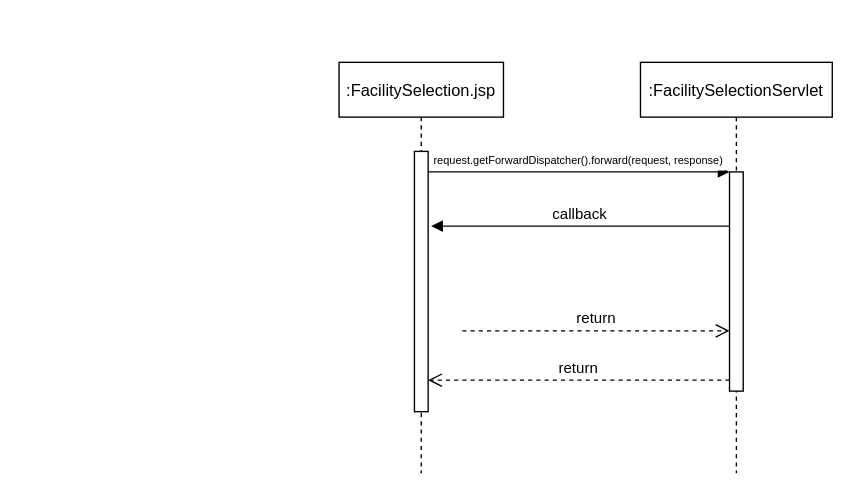
Above: diagrams/FacilitySelectionSequence.drawio in empty-works/plain-emrs-no-fw (draw.io), before the change. Source tidied: cells renumbered, new cells numbered last; positions are measured from the earlier drawing's top-left corner, leaving out a move shared by most shapes. Both pictures are drawn from the tidied source at 137%, with x=0, y=0 at pixel (338, 62).
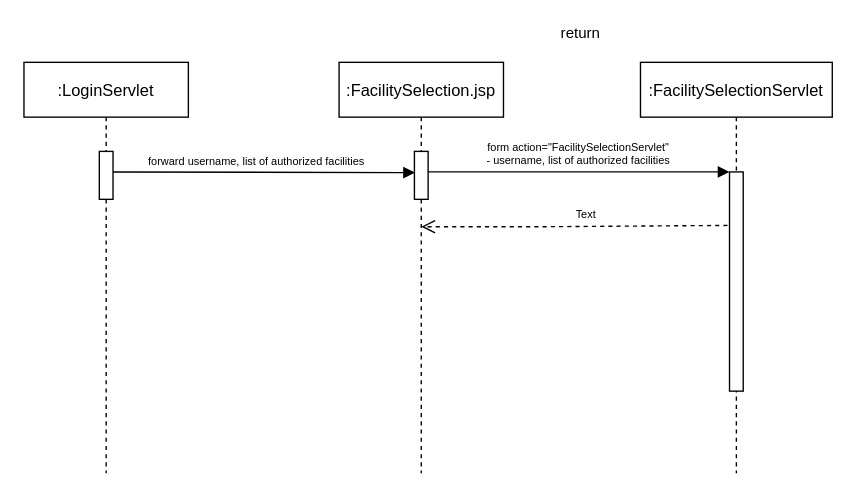
The same page after the edit.

Commit message:
Sequence between the login servlet and facility selection jsp.

What changed in the source:
```diff
@@
 <mxGraphModel>
   <root>
     <mxCell id="0" />
     <mxCell id="1" parent="0" />
     <mxCell id="2" value=":FacilitySelection.jsp" style="shape=umlLifeline;perimeter=lifelinePerimeter;rounded=0;shadow=0;strokeWidth=1;" parent="1" vertex="1">
       <mxGeometry width="120" height="300" as="geometry" />
     </mxCell>
     <mxCell id="3" style="points=[];perimeter=orthogonalPerimeter;rounded=0;shadow=0;strokeWidth=1;" parent="2" vertex="1">
-      <mxGeometry x="55" y="65" width="10" height="190" as="geometry" />
+      <mxGeometry x="55" y="65" width="10" height="35" as="geometry" />
     </mxCell>
     <mxCell id="4" value=":FacilitySelectionServlet" style="shape=umlLifeline;perimeter=lifelinePerimeter;rounded=0;shadow=0;strokeWidth=1;" parent="1" vertex="1">
       <mxGeometry x="220" width="140" height="300" as="geometry" />
     </mxCell>
     <mxCell id="5" style="points=[];perimeter=orthogonalPerimeter;rounded=0;shadow=0;strokeWidth=1;" parent="4" vertex="1">
       <mxGeometry x="65" y="80" width="10" height="160" as="geometry" />
     </mxCell>
-    <mxCell id="6" value="return" style="verticalAlign=bottom;endArrow=open;dashed=1;endSize=8;exitX=0;exitY=0.95;shadow=0;strokeWidth=1;" parent="1" edge="1" source="5" target="3">
-      <mxGeometry relative="1" as="geometry" />
+    <mxCell id="6" value="return" style="verticalAlign=bottom;endArrow=open;dashed=1;endSize=8;exitX=-0.146;exitY=0.244;shadow=0;strokeWidth=1;exitDx=0;exitDy=0;exitPerimeter=0;entryX=0.5;entryY=0.4;entryDx=0;entryDy=0;entryPerimeter=0;" parent="1" edge="1" source="5" target="2">
+      <mxGeometry x="-0.05" y="-132" relative="1" as="geometry">
+        <Array as="points">
+          <mxPoint x="150" y="120" />
+        </Array>
+      </mxGeometry>
     </mxCell>
-    <mxCell id="7" value="request.getForwardDispatcher().forward(request, response)" style="verticalAlign=bottom;endArrow=block;entryX=0;entryY=0;shadow=0;strokeWidth=1;fontSize=8;" parent="1" edge="1" source="3" target="5">
+    <mxCell id="7" value="form action=&quot;FacilitySelectionServlet&quot; &#10;- username, list of authorized facilities" style="verticalAlign=bottom;endArrow=block;entryX=0;entryY=0;shadow=0;strokeWidth=1;fontSize=8;" parent="1" edge="1" source="3" target="5">
       <mxGeometry relative="1" as="geometry" />
     </mxCell>
-    <mxCell id="8" value="callback" style="verticalAlign=bottom;endArrow=block;entryX=1.22;entryY=0.287;shadow=0;strokeWidth=1;entryDx=0;entryDy=0;entryPerimeter=0;" parent="1" edge="1" source="5" target="3">
-      <mxGeometry relative="1" as="geometry" />
-    </mxCell>
-    <mxCell id="9" value="return" style="verticalAlign=bottom;endArrow=open;dashed=1;endSize=8;exitX=1;exitY=0.95;shadow=0;strokeWidth=1;" parent="1" edge="1" target="5">
-      <mxGeometry relative="1" as="geometry">
-        <mxPoint x="90" y="196" as="sourcePoint" />
-      </mxGeometry>
-    </mxCell>
+    <mxCell id="10" value="&lt;font style=&quot;font-size: 8px;&quot;&gt;Text&lt;/font&gt;" style="text;html=1;align=center;verticalAlign=middle;strokeColor=none;fillColor=none;" parent="1" vertex="1">
+      <mxGeometry x="165" y="100" width="30" height="20" as="geometry" />
+    </mxCell>
+    <mxCell id="11" value=":LoginServlet" style="shape=umlLifeline;perimeter=lifelinePerimeter;rounded=0;shadow=0;strokeWidth=1;" parent="1" vertex="1">
+      <mxGeometry x="-230" width="120" height="300" as="geometry" />
+    </mxCell>
+    <mxCell id="12" style="points=[];perimeter=orthogonalPerimeter;rounded=0;shadow=0;strokeWidth=1;" parent="11" vertex="1">
+      <mxGeometry x="55" y="65" width="10" height="35" as="geometry" />
+    </mxCell>
+    <mxCell id="13" value="forward username, list of authorized facilities" style="verticalAlign=bottom;endArrow=block;entryX=0.04;entryY=0.443;shadow=0;strokeWidth=1;fontSize=8;entryDx=0;entryDy=0;entryPerimeter=0;exitX=1;exitY=0.429;exitDx=0;exitDy=0;exitPerimeter=0;" parent="1" edge="1" source="12" target="3">
+      <mxGeometry x="-0.05" relative="1" as="geometry" />
+    </mxCell>
   </root>
 </mxGraphModel>
```
